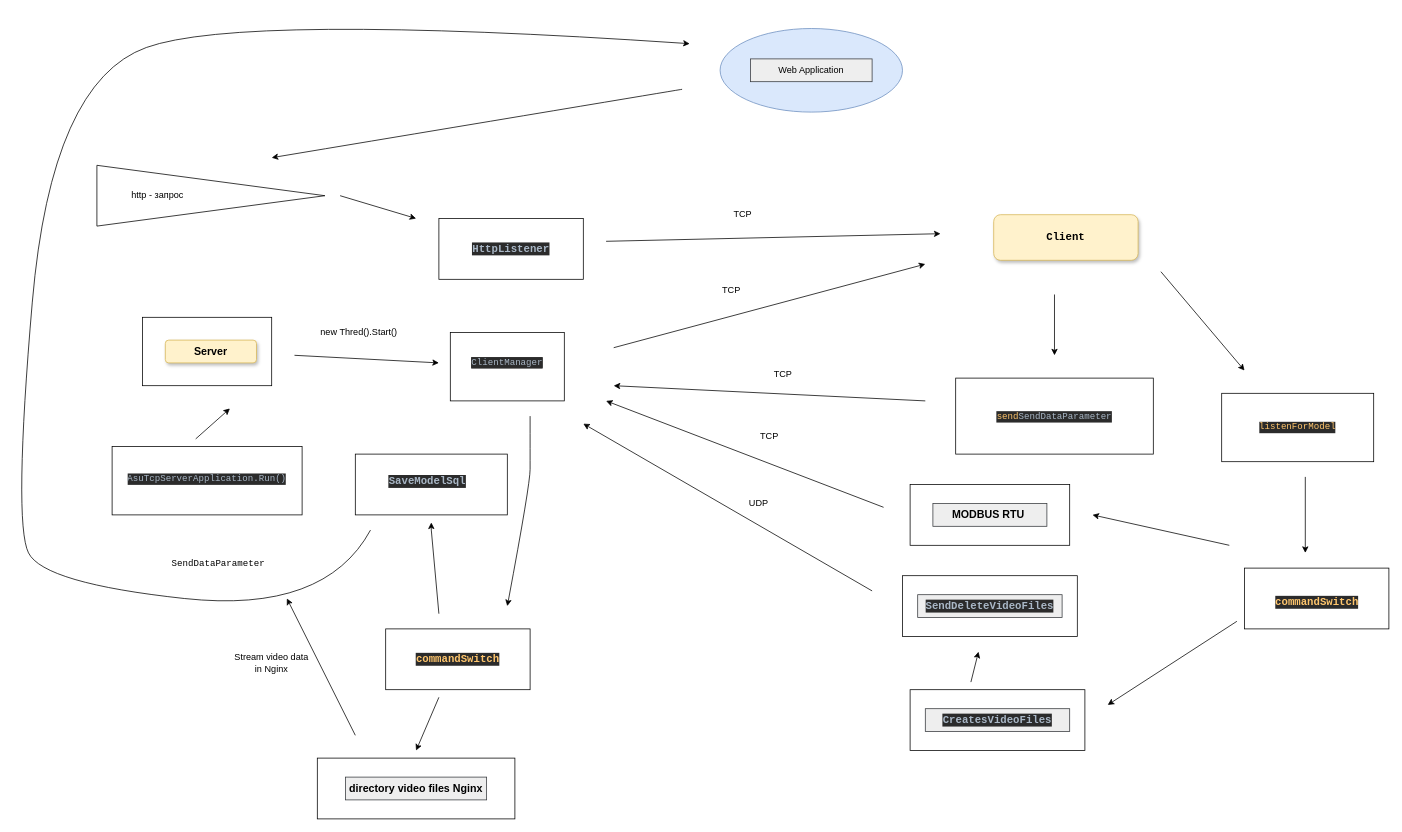
Earlier version of the draw.io diagram src/main/java/structure_diagram.drawio (seregAnt02/AsuTcpClientrOnJava). Source tidied: cells renumbered, new cells numbered last; positions are measured from the earlier drawing's top-left corner, leaving out a move shared by most shapes. Both pictures are drawn from the tidied source at 76%, with x=0, y=0 at pixel (13, 13).
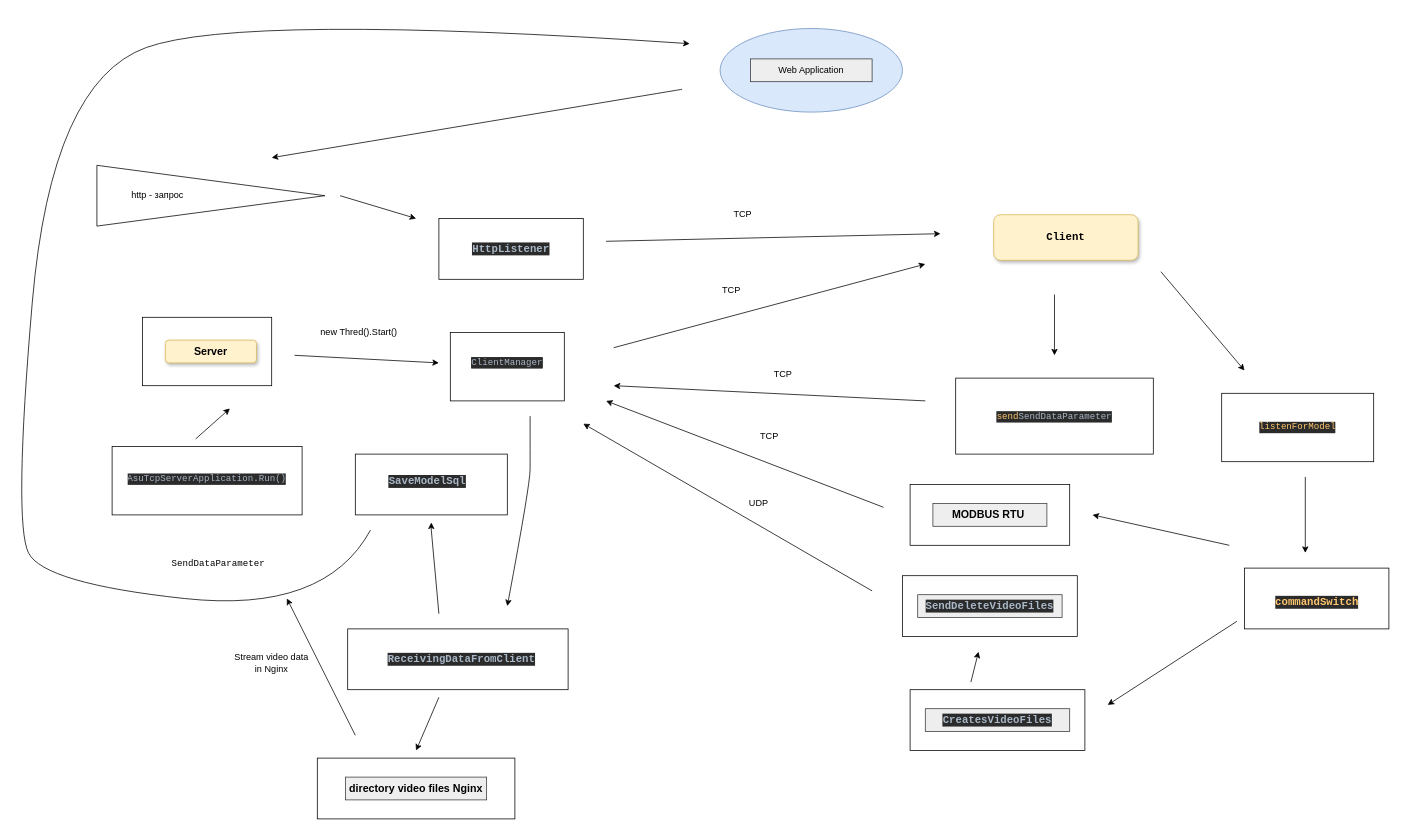
Above is the later version.

Unchanged cells that the change refers to:
```xml
<mxCell id="66" style="group;" parent="1" vertex="1">
  <mxGeometry width="890" height="920" as="geometry" />
</mxCell>
```

The edit, as a diff of the source:
```diff
@@
     <mxCell id="67" style="group;" parent="66" vertex="1">
-      <mxGeometry width="890" height="850" as="geometry" />
+      <mxGeometry width="890" height="890" as="geometry" />
     </mxCell>
@@
     <mxCell id="70" style="group;" parent="67" vertex="1">
-      <mxGeometry x="490" y="810" width="190" height="80" as="geometry" />
+      <mxGeometry x="490" y="810" width="240" height="80" as="geometry" />
     </mxCell>
     <mxCell id="71" style="group;" parent="70" vertex="1">
-      <mxGeometry width="190" height="80" as="geometry" />
+      <mxGeometry width="240" height="80" as="geometry" />
     </mxCell>
     <mxCell id="72" style="rounded=0;whiteSpace=wrap;html=1;" parent="71" vertex="1">
-      <mxGeometry width="190" height="80" as="geometry" />
+      <mxGeometry x="-50" width="290" height="80" as="geometry" />
     </mxCell>
-    <mxCell id="73" value="&lt;h3 style=&quot;background-color: light-dark(rgb(43, 43, 43), rgb(200, 200, 200)); color: light-dark(rgb(169, 183, 198), rgb(71, 83, 96)); font-family: &amp;quot;JetBrains Mono&amp;quot;, monospace;&quot;&gt;&lt;span style=&quot;color: rgb(255, 198, 109);&quot;&gt;commandSwitch&lt;/span&gt;&lt;/h3&gt;" style="text;html=1;align=center;verticalAlign=middle;whiteSpace=wrap;rounded=0;" parent="71" vertex="1">
-      <mxGeometry x="20" y="25" width="150" height="30" as="geometry" />
+    <mxCell id="73" value="&lt;h3 style=&quot;background-color: light-dark(rgb(43, 43, 43), rgb(200, 200, 200)); color: light-dark(rgb(169, 183, 198), rgb(71, 83, 96)); font-family: &amp;quot;JetBrains Mono&amp;quot;, monospace;&quot;&gt;&lt;span style=&quot;color: rgb(255, 198, 109);&quot;&gt;&lt;pre style=&quot;color: rgb(169, 183, 198); font-family: &amp;quot;JetBrains Mono&amp;quot;, monospace;&quot;&gt;&lt;pre style=&quot;font-family: &amp;quot;JetBrains Mono&amp;quot;, monospace;&quot;&gt;ReceivingDataFromClient&lt;/pre&gt;&lt;/pre&gt;&lt;/span&gt;&lt;/h3&gt;" style="text;html=1;align=center;verticalAlign=middle;whiteSpace=wrap;rounded=0;" parent="71" vertex="1">
+      <mxGeometry x="-20" y="25" width="240" height="30" as="geometry" />
     </mxCell>
```
